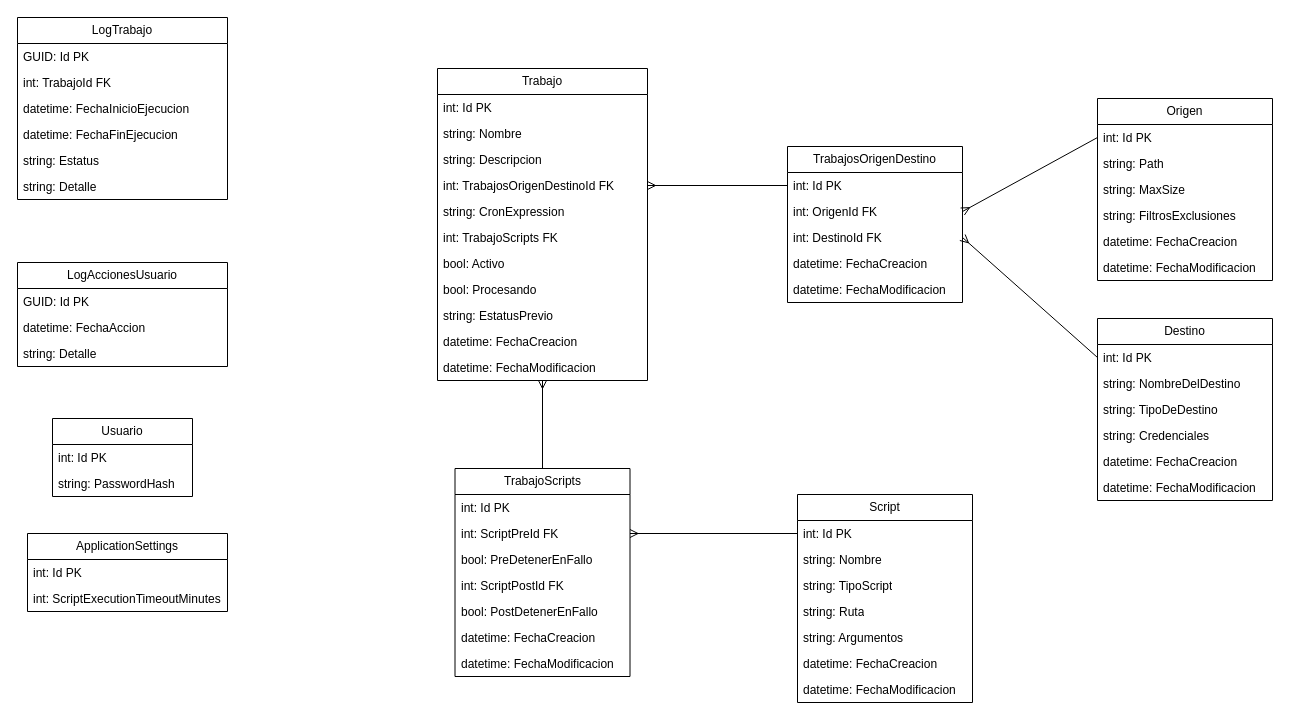
The draw.io diagram Diagrama_de_clases.drawio in italoAGuevara/ProyectoDeGrado, before the edit. Source tidied: cells renumbered, new cells numbered last; positions are measured from the earlier drawing's top-left corner, leaving out a move shared by most shapes. Both pictures are drawn from the tidied source at 100%, with x=0, y=0 at pixel (17, 17).
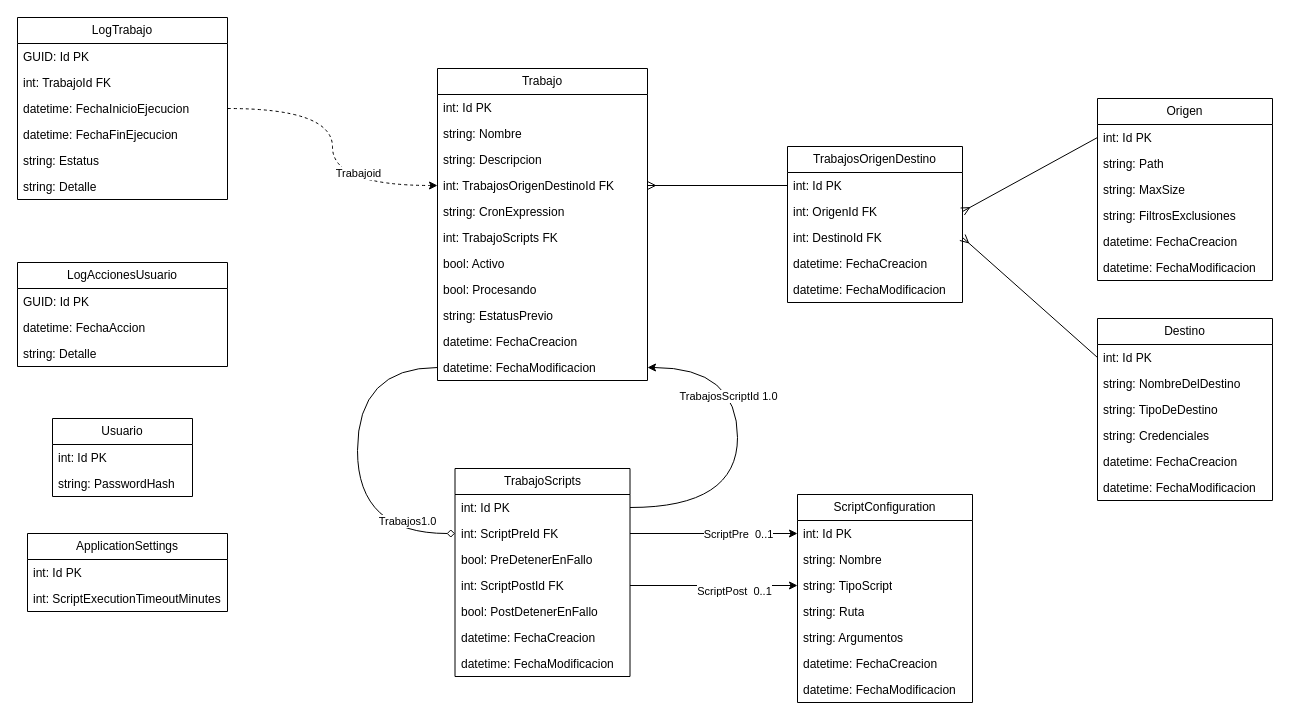
The same diagram, later.

The change refers to these unchanged cells:
```xml
<mxCell id="20" value="Trabajo" style="swimlane;fontStyle=0;horizontal=1;startSize=26;fillColor=none;whiteSpace=wrap;html=1;" parent="1" vertex="1">
  <mxGeometry x="420" y="51" width="210" height="312" as="geometry" />
</mxCell>
<mxCell id="24" value="int:&amp;nbsp;&lt;span style=&quot;color: rgb(0, 0, 0); text-align: center;&quot;&gt;TrabajosOrigenDestino&lt;/span&gt;Id FK" style="text;strokeColor=none;fillColor=none;align=left;verticalAlign=top;spacingLeft=4;spacingRight=4;overflow=hidden;points=[[0,0.5],[1,0.5]];portConstraint=eastwest;whiteSpace=wrap;html=1;" parent="20" vertex="1">
  <mxGeometry y="104" width="210" height="26" as="geometry" />
</mxCell>
<mxCell id="31" value="datetime: FechaModificacion" style="text;strokeColor=none;fillColor=none;align=left;verticalAlign=top;spacingLeft=4;spacingRight=4;overflow=hidden;points=[[0,0.5],[1,0.5]];portConstraint=eastwest;whiteSpace=wrap;html=1;" parent="20" vertex="1">
  <mxGeometry y="286" width="210" height="26" as="geometry" />
</mxCell>
<mxCell id="41" value="TrabajoScripts" style="swimlane;fontStyle=0;horizontal=1;startSize=26;fillColor=none;whiteSpace=wrap;html=1;" parent="1" vertex="1">
  <mxGeometry x="437.5" y="451" width="175" height="208" as="geometry" />
</mxCell>
<mxCell id="42" value="&lt;span style=&quot;color: rgb(0, 0, 0);&quot;&gt;int: Id PK&lt;/span&gt;" style="text;strokeColor=none;fillColor=none;align=left;verticalAlign=top;spacingLeft=4;spacingRight=4;overflow=hidden;points=[[0,0.5],[1,0.5]];portConstraint=eastwest;whiteSpace=wrap;html=1;" parent="41" vertex="1">
  <mxGeometry y="26" width="175" height="26" as="geometry" />
</mxCell>
<mxCell id="43" value="int: ScriptPreId FK" style="text;strokeColor=none;fillColor=none;align=left;verticalAlign=top;spacingLeft=4;spacingRight=4;overflow=hidden;points=[[0,0.5],[1,0.5]];portConstraint=eastwest;whiteSpace=wrap;html=1;" parent="41" vertex="1">
  <mxGeometry y="52" width="175" height="26" as="geometry" />
</mxCell>
<mxCell id="45" value="int: ScriptPostId FK" style="text;strokeColor=none;fillColor=none;align=left;verticalAlign=top;spacingLeft=4;spacingRight=4;overflow=hidden;points=[[0,0.5],[1,0.5]];portConstraint=eastwest;whiteSpace=wrap;html=1;" parent="41" vertex="1">
  <mxGeometry y="104" width="175" height="26" as="geometry" />
</mxCell>
<mxCell id="50" value="&lt;span style=&quot;color: rgb(0, 0, 0);&quot;&gt;int: Id PK&lt;/span&gt;" style="text;strokeColor=none;fillColor=none;align=left;verticalAlign=top;spacingLeft=4;spacingRight=4;overflow=hidden;points=[[0,0.5],[1,0.5]];portConstraint=eastwest;whiteSpace=wrap;html=1;" parent="49" vertex="1">
  <mxGeometry y="26" width="175" height="26" as="geometry" />
</mxCell>
<mxCell id="52" value="string: TipoScript" style="text;strokeColor=none;fillColor=none;align=left;verticalAlign=top;spacingLeft=4;spacingRight=4;overflow=hidden;points=[[0,0.5],[1,0.5]];portConstraint=eastwest;whiteSpace=wrap;html=1;" parent="49" vertex="1">
  <mxGeometry y="78" width="175" height="26" as="geometry" />
</mxCell>
<mxCell id="61" value="datetime: FechaInicioEjecucion" style="text;strokeColor=none;fillColor=none;align=left;verticalAlign=top;spacingLeft=4;spacingRight=4;overflow=hidden;points=[[0,0.5],[1,0.5]];portConstraint=eastwest;whiteSpace=wrap;html=1;" parent="58" vertex="1">
  <mxGeometry y="78" width="210" height="26" as="geometry" />
</mxCell>
```

Change to the diagram source:
```diff
@@
-    <mxCell id="19" style="edgeStyle=none;html=1;entryX=0.5;entryY=0;entryDx=0;entryDy=0;endArrow=none;endFill=0;startArrow=ERmany;startFill=0;" parent="1" edge="1" source="20" target="41">
-      <mxGeometry relative="1" as="geometry" />
+    <mxCell id="19" style="edgeStyle=orthogonalEdgeStyle;html=1;entryX=0;entryY=0.5;entryDx=0;entryDy=0;endArrow=diamond;endFill=0;startArrow=none;startFill=0;exitX=0;exitY=0.5;exitDx=0;exitDy=0;curved=1;" parent="1" edge="1" source="31" target="43">
+      <mxGeometry relative="1" as="geometry">
+        <Array as="points">
+          <mxPoint x="340" y="350" />
+          <mxPoint x="340" y="516" />
+        </Array>
+      </mxGeometry>
     </mxCell>
+    <mxCell id="72" value="Trabajos1.0" style="edgeLabel;html=1;align=center;verticalAlign=middle;" parent="19" vertex="1">
+      <mxGeometry x="0.76" y="3" relative="1" as="geometry">
+        <mxPoint x="-7" y="-10" as="offset" />
+      </mxGeometry>
+    </mxCell>
@@
-    <mxCell id="49" value="Script" style="swimlane;fontStyle=0;horizontal=1;startSize=26;fillColor=none;whiteSpace=wrap;html=1;" parent="1" vertex="1">
+    <mxCell id="49" value="ScriptConfiguration" style="swimlane;fontStyle=0;horizontal=1;startSize=26;fillColor=none;whiteSpace=wrap;html=1;" parent="1" vertex="1">
       <mxGeometry x="780" y="477" width="175" height="208" as="geometry" />
     </mxCell>
@@
-    <mxCell id="57" style="edgeStyle=none;html=1;exitX=1;exitY=0.5;exitDx=0;exitDy=0;entryX=0;entryY=0.5;entryDx=0;entryDy=0;endArrow=none;endFill=0;startArrow=ERmany;startFill=0;" parent="1" edge="1" source="43" target="50">
-      <mxGeometry relative="1" as="geometry" />
-    </mxCell>
@@
+    <mxCell id="73" style="edgeStyle=orthogonalEdgeStyle;html=1;exitX=1;exitY=0.5;exitDx=0;exitDy=0;entryX=1;entryY=0.5;entryDx=0;entryDy=0;curved=1;" parent="1" edge="1" source="42" target="31">
+      <mxGeometry relative="1" as="geometry">
+        <Array as="points">
+          <mxPoint x="720" y="490" />
+          <mxPoint x="720" y="350" />
+        </Array>
+      </mxGeometry>
+    </mxCell>
+    <mxCell id="74" value="TrabajosScriptId 1.0" style="edgeLabel;html=1;align=center;verticalAlign=middle;" parent="73" vertex="1">
+      <mxGeometry x="0.3" y="10" relative="1" as="geometry" />
+    </mxCell>
+    <mxCell id="75" style="edgeStyle=orthogonalEdgeStyle;html=1;entryX=0;entryY=0.5;entryDx=0;entryDy=0;curved=1;dashed=1;" parent="1" edge="1" source="61" target="24">
+      <mxGeometry relative="1" as="geometry" />
+    </mxCell>
+    <mxCell id="76" value="Trabajoid" style="edgeLabel;html=1;align=center;verticalAlign=middle;" parent="75" vertex="1">
+      <mxGeometry x="0.78" y="-4" relative="1" as="geometry">
+        <mxPoint x="-48" y="-17" as="offset" />
+      </mxGeometry>
+    </mxCell>
+    <mxCell id="57" style="edgeStyle=none;html=1;exitX=1;exitY=0.5;exitDx=0;exitDy=0;" parent="1" edge="1" source="43" target="50">
+      <mxGeometry relative="1" as="geometry" />
+    </mxCell>
+    <mxCell id="77" value="ScriptPre&amp;nbsp; 0..1" style="edgeLabel;html=1;align=center;verticalAlign=middle;" parent="57" vertex="1">
+      <mxGeometry x="0.55" y="-2" relative="1" as="geometry">
+        <mxPoint x="-22" y="-2" as="offset" />
+      </mxGeometry>
+    </mxCell>
+    <mxCell id="78" style="edgeStyle=none;html=1;entryX=0;entryY=0.5;entryDx=0;entryDy=0;" parent="1" edge="1" source="45" target="52">
+      <mxGeometry relative="1" as="geometry" />
+    </mxCell>
+    <mxCell id="79" value="ScriptPost&amp;nbsp; 0..1" style="edgeLabel;html=1;align=center;verticalAlign=middle;" parent="78" vertex="1">
+      <mxGeometry x="0.23" y="-5" relative="1" as="geometry">
+        <mxPoint x="1" as="offset" />
+      </mxGeometry>
+    </mxCell>
```
